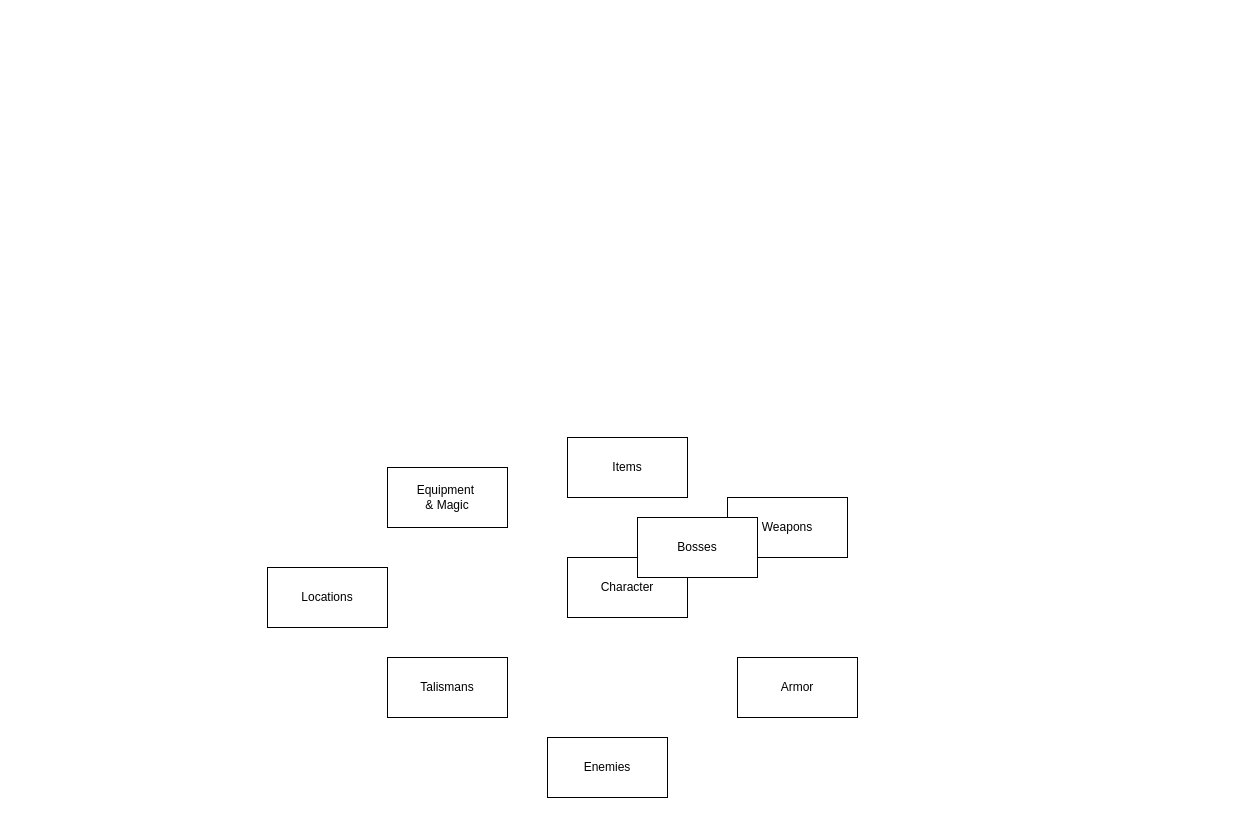
Above: BD-Project/DER_Proj.drawio in aokiLourenco/BD (draw.io), before the change. Source tidied: cells renumbered, new cells numbered last; positions are measured from the earlier drawing's top-left corner, leaving out a move shared by most shapes. Both pictures are drawn from the tidied source at 100%, with x=0, y=0 at pixel (267, 437).
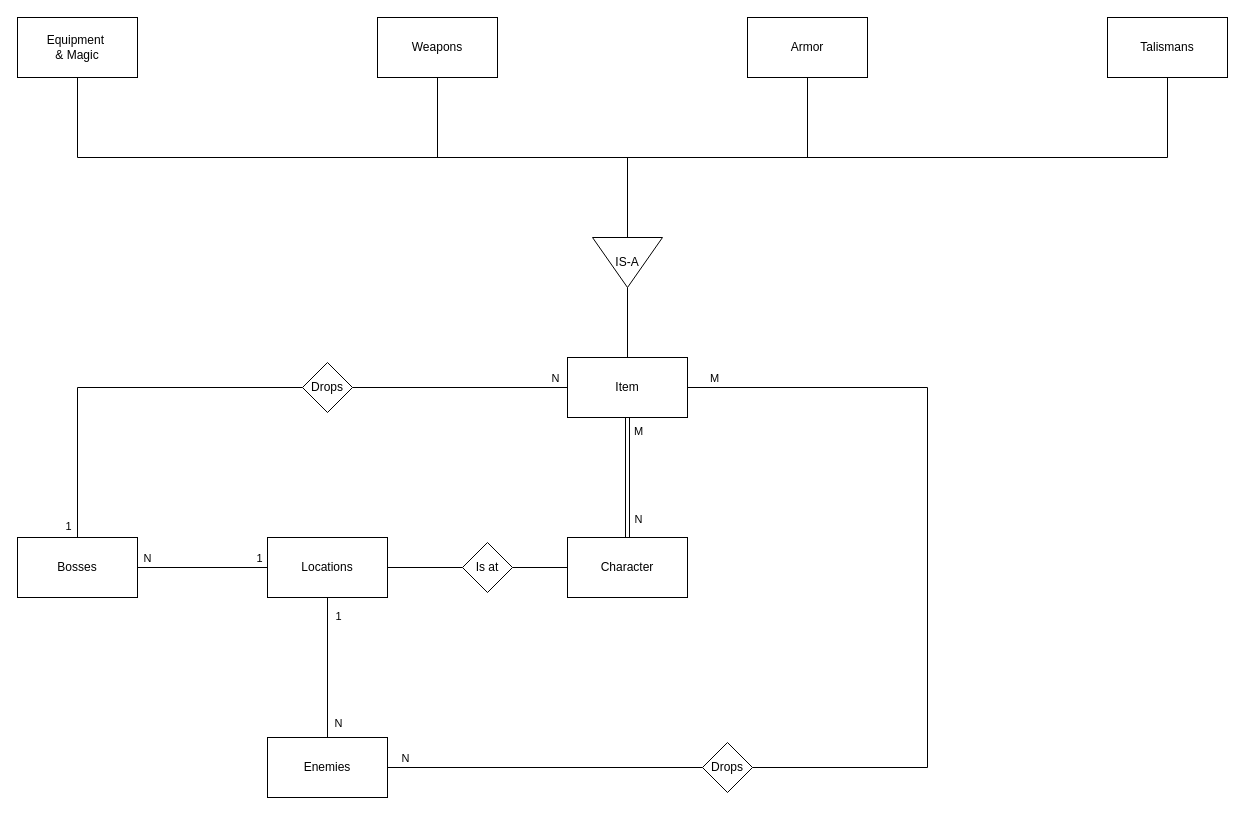
Above is the later version.

Change to the diagram source:
```diff
@@
-    <mxCell id="2" style="rounded=0;whiteSpace=wrap;html=1;" parent="1" vertex="1">
-      <mxGeometry x="300" y="120" width="120" height="60" as="geometry" />
-    </mxCell>
+    <mxCell id="12" style="edgeStyle=orthogonalEdgeStyle;rounded=0;jettySize=auto;html=1;exitX=0.5;exitY=0;exitDx=0;exitDy=0;shape=link;" parent="1" edge="1" source="3" target="4">
+      <mxGeometry relative="1" as="geometry" />
+    </mxCell>
+    <mxCell id="13" value="N" style="edgeLabel;html=1;align=center;verticalAlign=middle;" parent="12" vertex="1">
+      <mxGeometry x="-0.69" y="-2" relative="1" as="geometry">
+        <mxPoint x="8" as="offset" />
+      </mxGeometry>
+    </mxCell>
+    <mxCell id="14" value="M" style="edgeLabel;html=1;align=center;verticalAlign=middle;" parent="12" vertex="1">
+      <mxGeometry x="0.79" y="3" relative="1" as="geometry">
+        <mxPoint x="13" as="offset" />
+      </mxGeometry>
+    </mxCell>
     <mxCell id="3" value="Character" style="rounded=0;whiteSpace=wrap;html=1;" parent="1" vertex="1">
-      <mxGeometry x="300" y="120" width="120" height="60" as="geometry" />
+      <mxGeometry x="300" y="100" width="120" height="60" as="geometry" />
     </mxCell>
-    <mxCell id="4" value="Items" style="rounded=0;whiteSpace=wrap;html=1;" parent="1" vertex="1">
-      <mxGeometry x="300" width="120" height="60" as="geometry" />
+    <mxCell id="4" value="Item" style="rounded=0;whiteSpace=wrap;html=1;" parent="1" vertex="1">
+      <mxGeometry x="300" y="-80" width="120" height="60" as="geometry" />
     </mxCell>
     <mxCell id="5" value="Weapons" style="rounded=0;whiteSpace=wrap;html=1;" parent="1" vertex="1">
-      <mxGeometry x="460" y="60" width="120" height="60" as="geometry" />
+      <mxGeometry x="110" y="-420" width="120" height="60" as="geometry" />
     </mxCell>
     <mxCell id="6" value="Armor" style="rounded=0;whiteSpace=wrap;html=1;" parent="1" vertex="1">
-      <mxGeometry x="470" y="220" width="120" height="60" as="geometry" />
+      <mxGeometry x="480" y="-420" width="120" height="60" as="geometry" />
     </mxCell>
     <mxCell id="7" value="Talismans" style="rounded=0;whiteSpace=wrap;html=1;" parent="1" vertex="1">
-      <mxGeometry x="120" y="220" width="120" height="60" as="geometry" />
+      <mxGeometry x="840" y="-420" width="120" height="60" as="geometry" />
     </mxCell>
     <mxCell id="8" value="Equipment&amp;nbsp;&lt;br&gt;&amp;amp; Magic" style="rounded=0;whiteSpace=wrap;html=1;" parent="1" vertex="1">
-      <mxGeometry x="120" y="30" width="120" height="60" as="geometry" />
+      <mxGeometry x="-250" y="-420" width="120" height="60" as="geometry" />
     </mxCell>
+    <mxCell id="15" style="edgeStyle=orthogonalEdgeStyle;rounded=0;jettySize=auto;html=1;exitX=0;exitY=0.5;exitDx=0;exitDy=0;entryX=1;entryY=0.5;entryDx=0;entryDy=0;endArrow=none;endFill=0;" parent="1" edge="1" source="9" target="11">
+      <mxGeometry relative="1" as="geometry" />
+    </mxCell>
+    <mxCell id="16" value="1" style="edgeLabel;html=1;align=center;verticalAlign=middle;" parent="15" vertex="1">
+      <mxGeometry x="-0.86" y="1" relative="1" as="geometry">
+        <mxPoint y="-11" as="offset" />
+      </mxGeometry>
+    </mxCell>
+    <mxCell id="17" value="N" style="edgeLabel;html=1;align=center;verticalAlign=middle;" parent="15" vertex="1">
+      <mxGeometry x="0.86" y="-1" relative="1" as="geometry">
+        <mxPoint y="-9" as="offset" />
+      </mxGeometry>
+    </mxCell>
+    <mxCell id="18" style="edgeStyle=orthogonalEdgeStyle;rounded=0;jettySize=auto;html=1;exitX=0.5;exitY=1;exitDx=0;exitDy=0;entryX=0.5;entryY=0;entryDx=0;entryDy=0;endArrow=none;endFill=0;" parent="1" edge="1" source="9" target="10">
+      <mxGeometry relative="1" as="geometry" />
+    </mxCell>
+    <mxCell id="19" value="1" style="edgeLabel;html=1;align=center;verticalAlign=middle;" parent="18" vertex="1">
+      <mxGeometry x="-0.75" y="-1" relative="1" as="geometry">
+        <mxPoint x="11" as="offset" />
+      </mxGeometry>
+    </mxCell>
+    <mxCell id="20" value="N" style="edgeLabel;html=1;align=center;verticalAlign=middle;" parent="18" vertex="1">
+      <mxGeometry x="0.78" relative="1" as="geometry">
+        <mxPoint x="10" as="offset" />
+      </mxGeometry>
+    </mxCell>
     <mxCell id="9" value="Locations" style="rounded=0;whiteSpace=wrap;html=1;" parent="1" vertex="1">
-      <mxGeometry y="130" width="120" height="60" as="geometry" />
+      <mxGeometry y="100" width="120" height="60" as="geometry" />
     </mxCell>
+    <mxCell id="21" style="edgeStyle=orthogonalEdgeStyle;rounded=0;jettySize=auto;html=1;exitX=1;exitY=0.5;exitDx=0;exitDy=0;entryX=1;entryY=0.5;entryDx=0;entryDy=0;endArrow=none;endFill=0;" parent="1" edge="1" source="39" target="4">
+      <mxGeometry relative="1" as="geometry">
+        <Array as="points">
+          <mxPoint x="660" y="330" />
+          <mxPoint x="660" y="-50" />
+        </Array>
+      </mxGeometry>
+    </mxCell>
+    <mxCell id="22" value="M" style="edgeLabel;html=1;align=center;verticalAlign=middle;" parent="21" vertex="1">
+      <mxGeometry x="0.86" y="-1" relative="1" as="geometry">
+        <mxPoint x="-30" y="-9" as="offset" />
+      </mxGeometry>
+    </mxCell>
     <mxCell id="10" value="Enemies" style="rounded=0;whiteSpace=wrap;html=1;" parent="1" vertex="1">
-      <mxGeometry x="280" y="300" width="120" height="60" as="geometry" />
+      <mxGeometry y="300" width="120" height="60" as="geometry" />
     </mxCell>
+    <mxCell id="23" style="edgeStyle=orthogonalEdgeStyle;rounded=0;jettySize=auto;html=1;exitX=1;exitY=0.5;exitDx=0;exitDy=0;entryX=0;entryY=0.5;entryDx=0;entryDy=0;endArrow=none;endFill=0;" parent="1" edge="1" source="33" target="4">
+      <mxGeometry relative="1" as="geometry" />
+    </mxCell>
+    <mxCell id="24" value="N" style="edgeLabel;html=1;align=center;verticalAlign=middle;" parent="23" vertex="1">
+      <mxGeometry x="0.77" relative="1" as="geometry">
+        <mxPoint x="12" y="-10" as="offset" />
+      </mxGeometry>
+    </mxCell>
     <mxCell id="11" value="Bosses" style="rounded=0;whiteSpace=wrap;html=1;" parent="1" vertex="1">
-      <mxGeometry x="370" y="80" width="120" height="60" as="geometry" />
+      <mxGeometry x="-250" y="100" width="120" height="60" as="geometry" />
     </mxCell>
+    <mxCell id="25" value="IS-A" style="triangle;whiteSpace=wrap;html=1;rotation=0;direction=south;" parent="1" vertex="1">
+      <mxGeometry x="325" y="-200" width="70" height="50" as="geometry" />
+    </mxCell>
+    <mxCell id="26" style="endArrow=none;html=1;rounded=0;entryX=1;entryY=0.5;entryDx=0;entryDy=0;exitX=0.5;exitY=0;exitDx=0;exitDy=0;" parent="1" edge="1" source="4" target="25">
+      <mxGeometry relative="1" as="geometry" />
+    </mxCell>
+    <mxCell id="27" style="endArrow=none;html=1;rounded=0;entryX=0.5;entryY=1;entryDx=0;entryDy=0;exitX=0;exitY=0.5;exitDx=0;exitDy=0;edgeStyle=orthogonalEdgeStyle;" parent="1" edge="1" source="25" target="8">
+      <mxGeometry relative="1" as="geometry" />
+    </mxCell>
+    <mxCell id="28" style="endArrow=none;html=1;rounded=0;entryX=0.5;entryY=1;entryDx=0;entryDy=0;exitX=0;exitY=0.5;exitDx=0;exitDy=0;edgeStyle=orthogonalEdgeStyle;" parent="1" edge="1" source="25" target="5">
+      <mxGeometry relative="1" as="geometry" />
+    </mxCell>
+    <mxCell id="29" style="endArrow=none;html=1;rounded=0;entryX=0.5;entryY=1;entryDx=0;entryDy=0;exitX=0;exitY=0.5;exitDx=0;exitDy=0;edgeStyle=orthogonalEdgeStyle;" parent="1" edge="1" source="25" target="6">
+      <mxGeometry relative="1" as="geometry" />
+    </mxCell>
+    <mxCell id="30" style="endArrow=none;html=1;rounded=0;entryX=0.5;entryY=1;entryDx=0;entryDy=0;exitX=0;exitY=0.5;exitDx=0;exitDy=0;edgeStyle=orthogonalEdgeStyle;" parent="1" edge="1" source="25" target="7">
+      <mxGeometry relative="1" as="geometry" />
+    </mxCell>
+    <mxCell id="31" style="edgeStyle=orthogonalEdgeStyle;rounded=0;jettySize=auto;html=1;exitX=0.5;exitY=0;exitDx=0;exitDy=0;entryX=0;entryY=0.5;entryDx=0;entryDy=0;endArrow=none;endFill=0;" parent="1" edge="1" source="11" target="33">
+      <mxGeometry relative="1" as="geometry" />
+    </mxCell>
+    <mxCell id="32" value="1" style="edgeLabel;html=1;align=center;verticalAlign=middle;" parent="31" vertex="1">
+      <mxGeometry x="-0.9" y="-2" relative="1" as="geometry">
+        <mxPoint x="-12" y="7" as="offset" />
+      </mxGeometry>
+    </mxCell>
+    <mxCell id="33" value="Drops" style="rhombus;whiteSpace=wrap;html=1;" parent="1" vertex="1">
+      <mxGeometry x="35" y="-75" width="50" height="50" as="geometry" />
+    </mxCell>
+    <mxCell id="34" style="edgeStyle=orthogonalEdgeStyle;rounded=0;jettySize=auto;html=1;exitX=1;exitY=0.5;exitDx=0;exitDy=0;entryX=0;entryY=0.5;entryDx=0;entryDy=0;endArrow=none;endFill=0;" parent="1" edge="1" source="36" target="3">
+      <mxGeometry relative="1" as="geometry" />
+    </mxCell>
+    <mxCell id="35" style="edgeStyle=orthogonalEdgeStyle;rounded=0;jettySize=auto;html=1;exitX=0;exitY=0.5;exitDx=0;exitDy=0;entryX=1;entryY=0.5;entryDx=0;entryDy=0;endArrow=none;endFill=0;" parent="1" edge="1" source="36" target="9">
+      <mxGeometry relative="1" as="geometry" />
+    </mxCell>
+    <mxCell id="36" value="Is at" style="rhombus;whiteSpace=wrap;html=1;" parent="1" vertex="1">
+      <mxGeometry x="195" y="105" width="50" height="50" as="geometry" />
+    </mxCell>
+    <mxCell id="37" style="edgeStyle=orthogonalEdgeStyle;rounded=0;jettySize=auto;html=1;exitX=1;exitY=0.5;exitDx=0;exitDy=0;entryX=0;entryY=0.5;entryDx=0;entryDy=0;endArrow=none;endFill=0;" parent="1" edge="1" source="10" target="39">
+      <mxGeometry relative="1" as="geometry" />
+    </mxCell>
+    <mxCell id="38" value="N" style="edgeLabel;html=1;align=center;verticalAlign=middle;" parent="37" vertex="1">
+      <mxGeometry x="-0.81" y="1" relative="1" as="geometry">
+        <mxPoint x="-13" y="-9" as="offset" />
+      </mxGeometry>
+    </mxCell>
+    <mxCell id="39" value="Drops" style="rhombus;whiteSpace=wrap;html=1;" parent="1" vertex="1">
+      <mxGeometry x="435" y="305" width="50" height="50" as="geometry" />
+    </mxCell>
```
